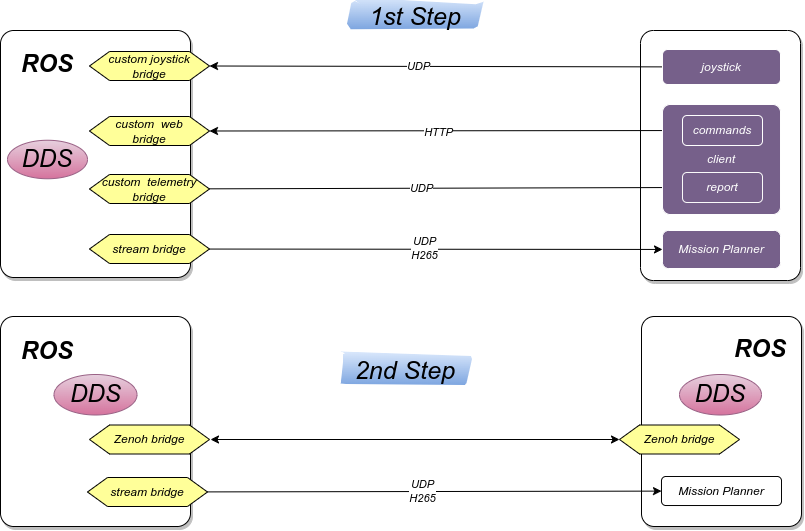
ori-kruk/desgin keeps this draw.io diagram as images/domains.drawio.png. Above is the earlier version. Source tidied: cells renumbered, new cells last; positions are measured from the earlier drawing's top-left corner, leaving out a move shared by most shapes.
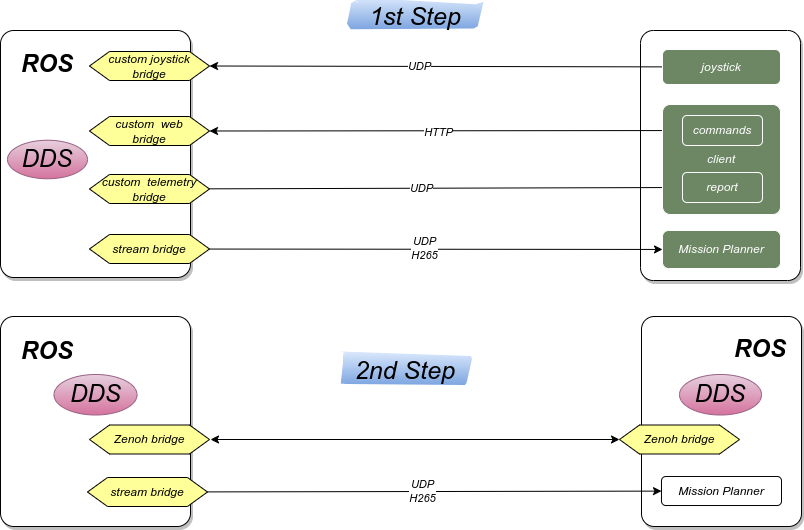
Above is the later version.

Diff of the diagram source:
```diff
@@ -14,7 +14,7 @@
     <mxCell id="5" value="UDP" style="edgeStyle=none;html=1;entryX=1;entryY=0.5;entryDx=0;entryDy=0;fontStyle=2;" parent="1" edge="1" source="6" target="4">
       <mxGeometry x="0.07" relative="1" as="geometry" />
     </mxCell>
-    <mxCell id="6" value="joystick" style="rounded=1;whiteSpace=wrap;html=1;fillColor=#76608a;fontColor=#ffffff;strokeColor=#FFFFFF;fontStyle=2;" parent="1" vertex="1">
+    <mxCell id="6" value="joystick" style="rounded=1;whiteSpace=wrap;html=1;fillColor=#6d8764;fontColor=#ffffff;strokeColor=#FFFFFF;fontStyle=2;" parent="1" vertex="1">
       <mxGeometry x="662" y="49" width="118" height="35" as="geometry" />
     </mxCell>
     <mxCell id="7" style="edgeStyle=none;html=1;entryX=1;entryY=0.5;entryDx=0;entryDy=0;fontStyle=2;" parent="1" edge="1" source="34" target="9">
@@ -45,7 +45,7 @@
     <mxCell id="14" value="stream bridge" style="shape=hexagon;perimeter=hexagonPerimeter2;whiteSpace=wrap;html=1;fixedSize=1;fontStyle=2;fillColor=#FFFF99;fontColor=#000000;strokeWidth=1;gradientColor=none;fillStyle=auto;" parent="1" vertex="1">
       <mxGeometry x="89" y="234" width="120" height="29" as="geometry" />
     </mxCell>
-    <mxCell id="15" value="Mission Planner" style="rounded=1;whiteSpace=wrap;html=1;fillColor=#76608a;fontColor=#ffffff;strokeColor=#FFFFFF;fontStyle=2;" parent="1" vertex="1">
+    <mxCell id="15" value="Mission Planner" style="rounded=1;whiteSpace=wrap;html=1;fillColor=#6d8764;fontColor=#ffffff;strokeColor=#FFFFFF;fontStyle=2;" parent="1" vertex="1">
       <mxGeometry x="662" y="230" width="118" height="38" as="geometry" />
     </mxCell>
     <mxCell id="16" value="ROS" style="text;strokeColor=none;align=center;fillColor=none;html=1;verticalAlign=middle;whiteSpace=wrap;rounded=0;fontStyle=3;fontSize=24;" parent="1" vertex="1">
@@ -103,13 +103,13 @@
     <mxCell id="32" value="DDS" style="ellipse;whiteSpace=wrap;html=1;fontSize=24;fillColor=#e6d0de;strokeColor=#996185;gradientColor=#d5739d;fontStyle=2;" parent="1" vertex="1">
       <mxGeometry x="7" y="139.8" width="80" height="38.5" as="geometry" />
     </mxCell>
-    <mxCell id="33" value="client" style="whiteSpace=wrap;html=1;fillColor=#76608a;fontColor=#ffffff;strokeColor=#FFFFFF;fontStyle=2;rounded=1;arcSize=7;" parent="1" vertex="1">
+    <mxCell id="33" value="client" style="whiteSpace=wrap;html=1;fillColor=#6d8764;fontColor=#ffffff;strokeColor=#FFFFFF;fontStyle=2;rounded=1;arcSize=7;" parent="1" vertex="1">
       <mxGeometry x="662" y="104" width="118" height="110" as="geometry" />
     </mxCell>
-    <mxCell id="34" value="commands" style="rounded=1;whiteSpace=wrap;html=1;fillColor=#76608a;fontColor=#ffffff;strokeColor=#FFFFFF;fontStyle=2;" parent="1" vertex="1">
+    <mxCell id="34" value="commands" style="rounded=1;whiteSpace=wrap;html=1;fillColor=#6d8764;fontColor=#ffffff;strokeColor=#FFFFFF;fontStyle=2;" parent="1" vertex="1">
       <mxGeometry x="682" y="115" width="80" height="30" as="geometry" />
     </mxCell>
-    <mxCell id="35" value="report" style="rounded=1;whiteSpace=wrap;html=1;fillColor=#76608a;fontColor=#ffffff;strokeColor=#FAFAFA;fontStyle=2;" parent="1" vertex="1">
+    <mxCell id="35" value="report" style="rounded=1;whiteSpace=wrap;html=1;fillColor=#6d8764;fontColor=#ffffff;strokeColor=#FFFFFF;fontStyle=2;" parent="1" vertex="1">
       <mxGeometry x="682" y="172" width="80" height="30" as="geometry" />
     </mxCell>
   </root>
```
